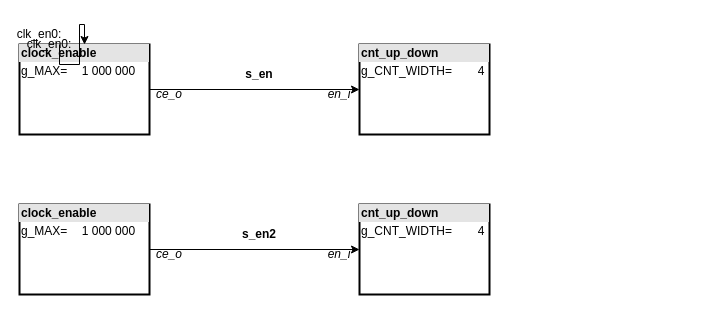
Earlier version of the draw.io diagram LAB_05/img/Untitled Diagram.drawio (Bobik77/Digital-electronics-1). Source tidied: cells renumbered, new cells numbered last; positions are measured from the earlier drawing's top-left corner, leaving out a move shared by most shapes. Both pictures are drawn from the tidied source at 100%, with x=0, y=0 at pixel (19, 24).
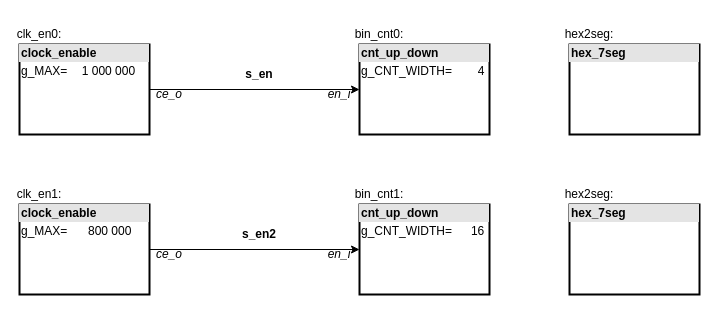
After the change.

The change refers to these unchanged cells:
```xml
<mxCell id="3" value="&lt;div style=&quot;box-sizing: border-box ; width: 100% ; background: #e4e4e4 ; padding: 2px&quot;&gt;&lt;b&gt;clock_enable&lt;/b&gt;&lt;/div&gt;&lt;table style=&quot;width: 100% ; font-size: 1em&quot; cellpadding=&quot;2&quot; cellspacing=&quot;0&quot;&gt;&lt;tbody&gt;&lt;tr&gt;&lt;td&gt;g_MAX=&lt;/td&gt;&lt;td&gt;1 000 000&lt;/td&gt;&lt;/tr&gt;&lt;tr&gt;&lt;td&gt;&lt;br&gt;&lt;/td&gt;&lt;td&gt;&lt;/td&gt;&lt;/tr&gt;&lt;tr&gt;&lt;td&gt;&lt;/td&gt;&lt;td&gt;&lt;br&gt;&lt;/td&gt;&lt;/tr&gt;&lt;/tbody&gt;&lt;/table&gt;" style="verticalAlign=top;align=left;overflow=fill;html=1;strokeWidth=2;" parent="1" vertex="1">
  <mxGeometry y="20" width="130" height="90" as="geometry" />
</mxCell>
<mxCell id="15" value="clk_en0:" style="text;html=1;strokeColor=none;fillColor=none;align=center;verticalAlign=middle;whiteSpace=wrap;rounded=0;" parent="1" vertex="1">
  <mxGeometry width="40" height="20" as="geometry" />
</mxCell>
```

Diff of the diagram source:
```diff
@@
-    <mxCell id="9" value="&lt;div style=&quot;box-sizing: border-box ; width: 100% ; background: #e4e4e4 ; padding: 2px&quot;&gt;&lt;b&gt;clock_enable&lt;/b&gt;&lt;/div&gt;&lt;table style=&quot;width: 100% ; font-size: 1em&quot; cellpadding=&quot;2&quot; cellspacing=&quot;0&quot;&gt;&lt;tbody&gt;&lt;tr&gt;&lt;td&gt;g_MAX=&lt;/td&gt;&lt;td&gt;1 000 000&lt;/td&gt;&lt;/tr&gt;&lt;tr&gt;&lt;td&gt;&lt;br&gt;&lt;/td&gt;&lt;td&gt;&lt;/td&gt;&lt;/tr&gt;&lt;tr&gt;&lt;td&gt;&lt;/td&gt;&lt;td&gt;&lt;br&gt;&lt;/td&gt;&lt;/tr&gt;&lt;/tbody&gt;&lt;/table&gt;" style="verticalAlign=top;align=left;overflow=fill;html=1;strokeWidth=2;" parent="1" vertex="1">
+    <mxCell id="9" value="&lt;div style=&quot;box-sizing: border-box ; width: 100% ; background: #e4e4e4 ; padding: 2px&quot;&gt;&lt;b&gt;clock_enable&lt;/b&gt;&lt;/div&gt;&lt;table style=&quot;width: 100% ; font-size: 1em&quot; cellpadding=&quot;2&quot; cellspacing=&quot;0&quot;&gt;&lt;tbody&gt;&lt;tr&gt;&lt;td&gt;g_MAX=&lt;/td&gt;&lt;td&gt;800 000&lt;/td&gt;&lt;/tr&gt;&lt;tr&gt;&lt;td&gt;&lt;br&gt;&lt;/td&gt;&lt;td&gt;&lt;/td&gt;&lt;/tr&gt;&lt;tr&gt;&lt;td&gt;&lt;/td&gt;&lt;td&gt;&lt;br&gt;&lt;/td&gt;&lt;/tr&gt;&lt;/tbody&gt;&lt;/table&gt;" style="verticalAlign=top;align=left;overflow=fill;html=1;strokeWidth=2;" parent="1" vertex="1">
       <mxGeometry y="180" width="130" height="90" as="geometry" />
     </mxCell>
-    <mxCell id="10" value="&lt;div style=&quot;box-sizing: border-box ; width: 100% ; background: #e4e4e4 ; padding: 2px&quot;&gt;&lt;b&gt;cnt_up_down&lt;/b&gt;&lt;/div&gt;&lt;table style=&quot;width: 100% ; font-size: 1em&quot; cellpadding=&quot;2&quot; cellspacing=&quot;0&quot;&gt;&lt;tbody&gt;&lt;tr&gt;&lt;td&gt;g_CNT_WIDTH=&lt;/td&gt;&lt;td&gt;4&lt;/td&gt;&lt;/tr&gt;&lt;tr&gt;&lt;td&gt;&lt;br&gt;&lt;/td&gt;&lt;td&gt;&lt;/td&gt;&lt;/tr&gt;&lt;tr&gt;&lt;td&gt;&lt;/td&gt;&lt;td&gt;&lt;br&gt;&lt;/td&gt;&lt;/tr&gt;&lt;/tbody&gt;&lt;/table&gt;" style="verticalAlign=top;align=left;overflow=fill;html=1;strokeWidth=2;" parent="1" vertex="1">
+    <mxCell id="10" value="&lt;div style=&quot;box-sizing: border-box ; width: 100% ; background: #e4e4e4 ; padding: 2px&quot;&gt;&lt;b&gt;cnt_up_down&lt;/b&gt;&lt;/div&gt;&lt;table style=&quot;width: 100% ; font-size: 1em&quot; cellpadding=&quot;2&quot; cellspacing=&quot;0&quot;&gt;&lt;tbody&gt;&lt;tr&gt;&lt;td&gt;g_CNT_WIDTH=&lt;/td&gt;&lt;td&gt;16&lt;/td&gt;&lt;/tr&gt;&lt;tr&gt;&lt;td&gt;&lt;br&gt;&lt;/td&gt;&lt;td&gt;&lt;/td&gt;&lt;/tr&gt;&lt;tr&gt;&lt;td&gt;&lt;/td&gt;&lt;td&gt;&lt;br&gt;&lt;/td&gt;&lt;/tr&gt;&lt;/tbody&gt;&lt;/table&gt;" style="verticalAlign=top;align=left;overflow=fill;html=1;strokeWidth=2;" parent="1" vertex="1">
       <mxGeometry x="340" y="180" width="130" height="90" as="geometry" />
     </mxCell>
@@
-    <mxCell id="14" style="edgeStyle=orthogonalEdgeStyle;rounded=0;jettySize=auto;html=1;exitX=1;exitY=1;exitDx=0;exitDy=0;" parent="1" edge="1" source="15" target="3">
-      <mxGeometry relative="1" as="geometry" />
-    </mxCell>
@@
-    <mxCell id="16" value="clk_en0:" style="text;html=1;strokeColor=none;fillColor=none;align=center;verticalAlign=middle;whiteSpace=wrap;rounded=0;" parent="1" vertex="1">
-      <mxGeometry x="10" y="10" width="40" height="20" as="geometry" />
+    <mxCell id="16" value="clk_en1:" style="text;html=1;strokeColor=none;fillColor=none;align=center;verticalAlign=middle;whiteSpace=wrap;rounded=0;" parent="1" vertex="1">
+      <mxGeometry y="160" width="40" height="20" as="geometry" />
     </mxCell>
+    <mxCell id="17" value="bin_cnt1:" style="text;html=1;strokeColor=none;fillColor=none;align=center;verticalAlign=middle;whiteSpace=wrap;rounded=0;" parent="1" vertex="1">
+      <mxGeometry x="340" y="160" width="40" height="20" as="geometry" />
+    </mxCell>
+    <mxCell id="18" value="bin_cnt0:" style="text;html=1;strokeColor=none;fillColor=none;align=center;verticalAlign=middle;whiteSpace=wrap;rounded=0;" parent="1" vertex="1">
+      <mxGeometry x="340" width="40" height="20" as="geometry" />
+    </mxCell>
+    <mxCell id="19" value="&lt;div style=&quot;box-sizing: border-box ; width: 100% ; background: #e4e4e4 ; padding: 2px&quot;&gt;&lt;b&gt;hex_7seg&lt;/b&gt;&lt;/div&gt;&lt;table style=&quot;width: 100% ; font-size: 1em&quot; cellpadding=&quot;2&quot; cellspacing=&quot;0&quot;&gt;&lt;tbody&gt;&lt;tr&gt;&lt;td&gt;&lt;br&gt;&lt;/td&gt;&lt;td&gt;&lt;br&gt;&lt;/td&gt;&lt;/tr&gt;&lt;tr&gt;&lt;td&gt;&lt;br&gt;&lt;/td&gt;&lt;td&gt;&lt;/td&gt;&lt;/tr&gt;&lt;tr&gt;&lt;td&gt;&lt;/td&gt;&lt;td&gt;&lt;br&gt;&lt;/td&gt;&lt;/tr&gt;&lt;/tbody&gt;&lt;/table&gt;" style="verticalAlign=top;align=left;overflow=fill;html=1;strokeWidth=2;" parent="1" vertex="1">
+      <mxGeometry x="550" y="20" width="130" height="90" as="geometry" />
+    </mxCell>
+    <mxCell id="20" value="hex2seg:" style="text;html=1;strokeColor=none;fillColor=none;align=center;verticalAlign=middle;whiteSpace=wrap;rounded=0;" parent="1" vertex="1">
+      <mxGeometry x="550" width="40" height="20" as="geometry" />
+    </mxCell>
+    <mxCell id="21" value="&lt;div style=&quot;box-sizing: border-box ; width: 100% ; background: #e4e4e4 ; padding: 2px&quot;&gt;&lt;b&gt;hex_7seg&lt;/b&gt;&lt;/div&gt;&lt;table style=&quot;width: 100% ; font-size: 1em&quot; cellpadding=&quot;2&quot; cellspacing=&quot;0&quot;&gt;&lt;tbody&gt;&lt;tr&gt;&lt;td&gt;&lt;br&gt;&lt;/td&gt;&lt;td&gt;&lt;br&gt;&lt;/td&gt;&lt;/tr&gt;&lt;tr&gt;&lt;td&gt;&lt;br&gt;&lt;/td&gt;&lt;td&gt;&lt;/td&gt;&lt;/tr&gt;&lt;tr&gt;&lt;td&gt;&lt;/td&gt;&lt;td&gt;&lt;br&gt;&lt;/td&gt;&lt;/tr&gt;&lt;/tbody&gt;&lt;/table&gt;" style="verticalAlign=top;align=left;overflow=fill;html=1;strokeWidth=2;" parent="1" vertex="1">
+      <mxGeometry x="550" y="180" width="130" height="90" as="geometry" />
+    </mxCell>
+    <mxCell id="22" value="hex2seg:" style="text;html=1;strokeColor=none;fillColor=none;align=center;verticalAlign=middle;whiteSpace=wrap;rounded=0;" parent="1" vertex="1">
+      <mxGeometry x="550" y="160" width="40" height="20" as="geometry" />
+    </mxCell>
```
